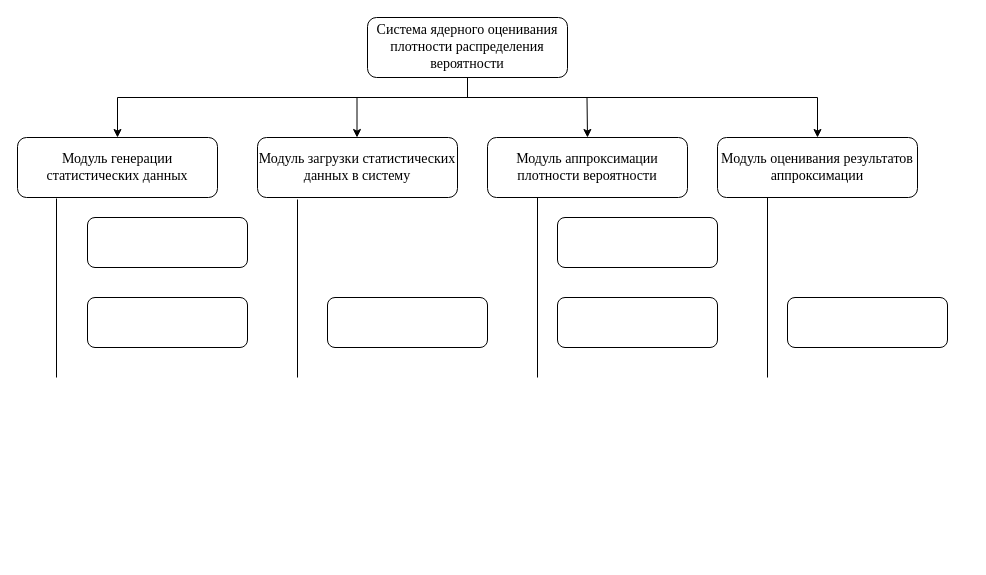
Before: Untitled Diagram.drawio in RostislavOl/schemas, a draw.io diagram. Source tidied: cells renumbered, new cells numbered last; positions are measured from the earlier drawing's top-left corner, leaving out a move shared by most shapes. Both pictures are drawn from the tidied source at 100%, with x=0, y=0 at pixel (17, 17).
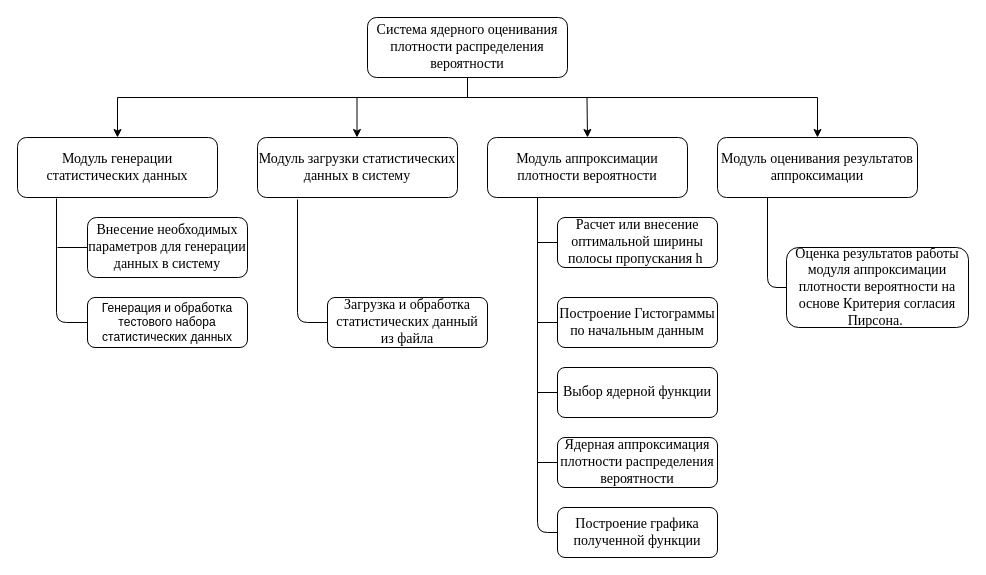
Above is the later version.

Unchanged cells that the change refers to:
```xml
<mxCell id="3" value="&lt;span&gt;&lt;font face=&quot;Times New Roman&quot; style=&quot;font-size: 14px&quot;&gt;Модуль генерации статистических данных&lt;/font&gt;&lt;/span&gt;" style="rounded=1;whiteSpace=wrap;html=1;" parent="1" vertex="1">
  <mxGeometry y="120" width="200" height="60" as="geometry" />
</mxCell>
<mxCell id="5" value="&lt;span&gt;&lt;font face=&quot;Times New Roman&quot; style=&quot;font-size: 14px&quot;&gt;Модуль аппроксимации плотности вероятности&lt;/font&gt;&lt;/span&gt;" style="rounded=1;whiteSpace=wrap;html=1;" parent="1" vertex="1">
  <mxGeometry x="470" y="120" width="200" height="60" as="geometry" />
</mxCell>
<mxCell id="6" value="&lt;span&gt;&lt;font face=&quot;Times New Roman&quot; style=&quot;font-size: 14px&quot;&gt;Модуль оценивания результатов аппроксимации&lt;/font&gt;&lt;/span&gt;" style="rounded=1;whiteSpace=wrap;html=1;" parent="1" vertex="1">
  <mxGeometry x="700" y="120" width="200" height="60" as="geometry" />
</mxCell>
```

Diff of the diagram source:
```diff
@@
-    <mxCell id="13" style="endArrow=none;html=1;entryX=0.195;entryY=1.017;entryDx=0;entryDy=0;entryPerimeter=0;" parent="1" edge="1" target="3">
+    <mxCell id="13" style="endArrow=none;html=1;entryX=0.195;entryY=1.017;entryDx=0;entryDy=0;entryPerimeter=0;exitX=0;exitY=0.5;exitDx=0;exitDy=0;" parent="1" edge="1" source="18" target="3">
       <mxGeometry relative="1" as="geometry">
-        <mxPoint x="39" y="360" as="sourcePoint" />
+        <Array as="points">
+          <mxPoint x="39" y="305" />
+        </Array>
       </mxGeometry>
     </mxCell>
-    <mxCell id="14" style="endArrow=none;html=1;" parent="1" edge="1">
+    <mxCell id="14" style="endArrow=none;html=1;exitX=0;exitY=0.5;exitDx=0;exitDy=0;" parent="1" edge="1" source="19">
       <mxGeometry relative="1" as="geometry">
-        <mxPoint x="280" y="360" as="sourcePoint" />
         <mxPoint x="280" y="182" as="targetPoint" />
+        <Array as="points">
+          <mxPoint x="280" y="305" />
+        </Array>
       </mxGeometry>
     </mxCell>
-    <mxCell id="15" style="endArrow=none;html=1;entryX=0.25;entryY=1;entryDx=0;entryDy=0;" parent="1" edge="1" target="5">
+    <mxCell id="15" style="endArrow=none;html=1;entryX=0.25;entryY=1;entryDx=0;entryDy=0;exitX=0;exitY=0.5;exitDx=0;exitDy=0;" parent="1" edge="1" source="28" target="5">
       <mxGeometry relative="1" as="geometry">
-        <mxPoint x="520" y="360" as="sourcePoint" />
+        <Array as="points">
+          <mxPoint x="520" y="515" />
+        </Array>
       </mxGeometry>
     </mxCell>
-    <mxCell id="16" style="endArrow=none;html=1;entryX=0.25;entryY=1;entryDx=0;entryDy=0;" parent="1" edge="1" target="6">
+    <mxCell id="16" style="endArrow=none;html=1;entryX=0.25;entryY=1;entryDx=0;entryDy=0;exitX=0;exitY=0.5;exitDx=0;exitDy=0;" parent="1" edge="1" source="22" target="6">
       <mxGeometry relative="1" as="geometry">
-        <mxPoint x="750" y="360" as="sourcePoint" />
+        <Array as="points">
+          <mxPoint x="750" y="270" />
+        </Array>
       </mxGeometry>
     </mxCell>
-    <mxCell id="17" style="rounded=1;whiteSpace=wrap;html=1;" parent="1" vertex="1">
-      <mxGeometry x="70" y="200" width="160" height="50" as="geometry" />
+    <mxCell id="17" value="&lt;font face=&quot;Times New Roman&quot; style=&quot;font-size: 14px&quot;&gt;Внесение необходимых параметров для генерации данных в систему&lt;/font&gt;" style="rounded=1;whiteSpace=wrap;html=1;" parent="1" vertex="1">
+      <mxGeometry x="70" y="200" width="160" height="60" as="geometry" />
     </mxCell>
-    <mxCell id="18" style="rounded=1;whiteSpace=wrap;html=1;" parent="1" vertex="1">
+    <mxCell id="18" value="&lt;span&gt;Генерация и обработка тестового набора статистических данных&lt;/span&gt;" style="rounded=1;whiteSpace=wrap;html=1;" parent="1" vertex="1">
       <mxGeometry x="70" y="280" width="160" height="50" as="geometry" />
     </mxCell>
-    <mxCell id="19" style="rounded=1;whiteSpace=wrap;html=1;" parent="1" vertex="1">
+    <mxCell id="19" value="&lt;font face=&quot;Times New Roman&quot; style=&quot;font-size: 14px&quot;&gt;Загрузка и обработка статистических данный из файла&lt;/font&gt;" style="rounded=1;whiteSpace=wrap;html=1;" parent="1" vertex="1">
       <mxGeometry x="310" y="280" width="160" height="50" as="geometry" />
     </mxCell>
-    <mxCell id="20" style="rounded=1;whiteSpace=wrap;html=1;" parent="1" vertex="1">
+    <mxCell id="20" value="&lt;font face=&quot;Times New Roman&quot; style=&quot;font-size: 14px&quot;&gt;Построение Гистограммы по начальным данным&lt;/font&gt;" style="rounded=1;whiteSpace=wrap;html=1;" parent="1" vertex="1">
       <mxGeometry x="540" y="280" width="160" height="50" as="geometry" />
     </mxCell>
-    <mxCell id="21" style="rounded=1;whiteSpace=wrap;html=1;" parent="1" vertex="1">
+    <mxCell id="21" value="&lt;font face=&quot;Times New Roman&quot; style=&quot;font-size: 14px&quot;&gt;Расчет или внесение оптимальной ширины полосы пропускания h&amp;nbsp;&lt;/font&gt;" style="rounded=1;whiteSpace=wrap;html=1;" parent="1" vertex="1">
       <mxGeometry x="540" y="200" width="160" height="50" as="geometry" />
     </mxCell>
-    <mxCell id="22" style="rounded=1;whiteSpace=wrap;html=1;" parent="1" vertex="1">
-      <mxGeometry x="770" y="280" width="160" height="50" as="geometry" />
+    <mxCell id="22" value="&lt;div style=&quot;text-align: center&quot;&gt;&lt;span style=&quot;font-size: 14px ; font-family: &amp;#34;times new roman&amp;#34;&quot;&gt;Оценка результатов работы модуля аппроксимации плотности вероятности на основе Критерия согласия Пирсона.&amp;nbsp;&lt;/span&gt;&lt;/div&gt;" style="rounded=1;whiteSpace=wrap;html=1;" parent="1" vertex="1">
+      <mxGeometry x="769" y="230" width="182" height="80" as="geometry" />
     </mxCell>
+    <mxCell id="23" style="endArrow=none;html=1;entryX=0;entryY=0.5;entryDx=0;entryDy=0;" parent="1" edge="1" target="17">
+      <mxGeometry relative="1" as="geometry">
+        <mxPoint x="40" y="230" as="sourcePoint" />
+      </mxGeometry>
+    </mxCell>
+    <mxCell id="24" style="endArrow=none;html=1;entryX=0;entryY=0.5;entryDx=0;entryDy=0;" parent="1" edge="1" target="20">
+      <mxGeometry relative="1" as="geometry">
+        <mxPoint x="520" y="305" as="sourcePoint" />
+      </mxGeometry>
+    </mxCell>
+    <mxCell id="25" style="endArrow=none;html=1;entryX=0;entryY=0.5;entryDx=0;entryDy=0;" parent="1" edge="1" target="21">
+      <mxGeometry relative="1" as="geometry">
+        <mxPoint x="520" y="225" as="sourcePoint" />
+      </mxGeometry>
+    </mxCell>
+    <mxCell id="26" value="&lt;font face=&quot;Times New Roman&quot;&gt;&lt;span style=&quot;font-size: 14px&quot;&gt;Выбор ядерной функции&lt;/span&gt;&lt;/font&gt;" style="rounded=1;whiteSpace=wrap;html=1;" parent="1" vertex="1">
+      <mxGeometry x="540" y="350" width="160" height="50" as="geometry" />
+    </mxCell>
+    <mxCell id="27" value="&lt;font face=&quot;Times New Roman&quot;&gt;&lt;span style=&quot;font-size: 14px&quot;&gt;Ядерная аппроксимация плотности распределения вероятности&lt;/span&gt;&lt;/font&gt;" style="rounded=1;whiteSpace=wrap;html=1;" parent="1" vertex="1">
+      <mxGeometry x="540" y="420" width="160" height="50" as="geometry" />
+    </mxCell>
+    <mxCell id="28" value="&lt;font face=&quot;Times New Roman&quot;&gt;&lt;span style=&quot;font-size: 14px&quot;&gt;Построение графика полученной функции&lt;/span&gt;&lt;/font&gt;" style="rounded=1;whiteSpace=wrap;html=1;" parent="1" vertex="1">
+      <mxGeometry x="540" y="490" width="160" height="50" as="geometry" />
+    </mxCell>
+    <mxCell id="29" style="endArrow=none;html=1;entryX=0;entryY=0.5;entryDx=0;entryDy=0;" parent="1" edge="1" target="26">
+      <mxGeometry relative="1" as="geometry">
+        <mxPoint x="520" y="375" as="sourcePoint" />
+      </mxGeometry>
+    </mxCell>
+    <mxCell id="30" style="endArrow=none;html=1;entryX=0;entryY=0.5;entryDx=0;entryDy=0;" parent="1" edge="1" target="27">
+      <mxGeometry relative="1" as="geometry">
+        <mxPoint x="520" y="445" as="sourcePoint" />
+      </mxGeometry>
+    </mxCell>
```
